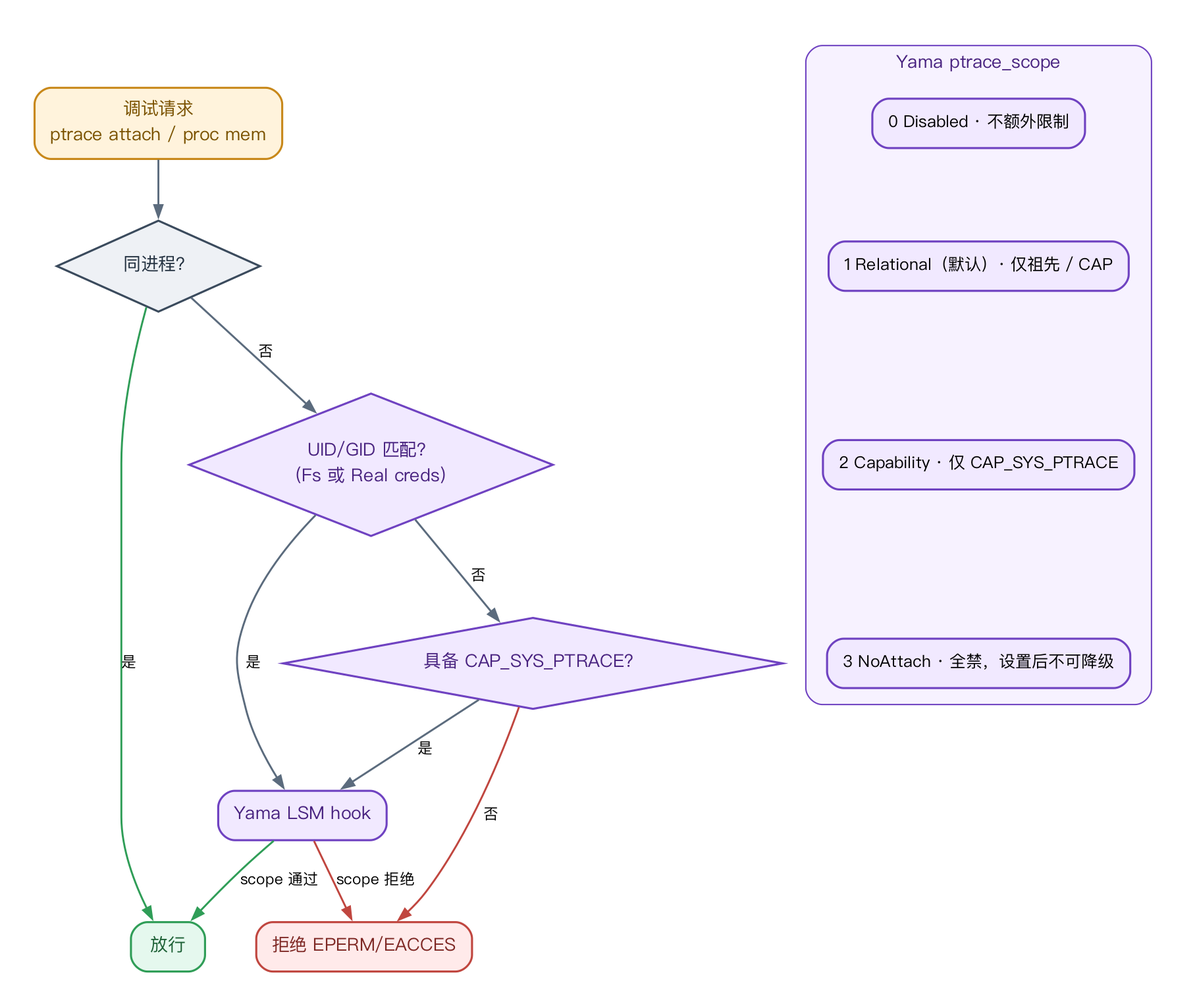
This is research_practice/assets/10_security_model.png from vvvvsv/asterinas, a Graphviz export, as it was before one commit. Its source is kept beside it as research_practice/assets/10_security_model.dot. Its diagram source:
```dot
digraph G {

  graph [fontname="PingFang SC", bgcolor="white", pad="0.35", rankdir=TB, nodesep="0.45", ranksep="0.6"];
  node  [fontname="PingFang SC", shape=box, style="rounded,filled", penwidth=1.5, margin="0.16,0.10", fontsize=13];
  edge  [fontname="PingFang SC", color="#5b6b7d", penwidth=1.4, arrowsize=0.85, fontsize=11];
  req [label="调试请求\nptrace attach / proc mem", fillcolor="#FFF3DC", color="#C8881A", fontcolor="#7a5200"];
  same [label="同进程？", fillcolor="#EEF1F5", color="#3a4a5c", fontcolor="#22303f", shape="diamond", style="filled"];
  ugid [label="UID/GID 匹配？\n(Fs 或 Real creds)", fillcolor="#F1E9FF", color="#6F42C1", fontcolor="#48227f", shape="diamond", style="filled"];
  cap [label="具备 CAP_SYS_PTRACE？", fillcolor="#F1E9FF", color="#6F42C1", fontcolor="#48227f", shape="diamond", style="filled"];
  yama [label="Yama LSM hook", fillcolor="#F1E9FF", color="#6F42C1", fontcolor="#48227f"];
  allow [label="放行", fillcolor="#E5F8EE", color="#2F9D57", fontcolor="#1c6035"];
  deny [label="拒绝 EPERM/EACCES", fillcolor="#FFEAEA", color="#C0463F", fontcolor="#7d2723"];

  req -> same;
  same -> allow [label="是", color="#2F9D57"];
  same -> ugid [label="否"];
  ugid -> cap [label="否"];
  ugid -> yama [label="是"];
  cap -> yama [label="是"];
  cap -> deny [label="否", color="#C0463F"];
  yama -> allow [label="scope 通过", color="#2F9D57"];
  yama -> deny [label="scope 拒绝", color="#C0463F"];

  subgraph cluster_scope {
    label="Yama ptrace_scope"; fontname="PingFang SC"; fontsize=13; fontcolor="#48227f";
    style="rounded,filled"; color="#6F42C1"; fillcolor="#F1E9FF99"; margin=12;
    y0 [label="0 Disabled · 不额外限制", fillcolor="#F1E9FF", color="#6F42C1", fontname="PingFang SC", fontsize=12];
    y1 [label="1 Relational（默认）· 仅祖先 / CAP", fillcolor="#F1E9FF", color="#6F42C1", fontname="PingFang SC", fontsize=12];
    y2 [label="2 Capability · 仅 CAP_SYS_PTRACE", fillcolor="#F1E9FF", color="#6F42C1", fontname="PingFang SC", fontsize=12];
    y3 [label="3 NoAttach · 全禁，设置后不可降级", fillcolor="#F1E9FF", color="#6F42C1", fontname="PingFang SC", fontsize=12];
    y0 -> y1 -> y2 -> y3 [style=invis];
  }
}
```
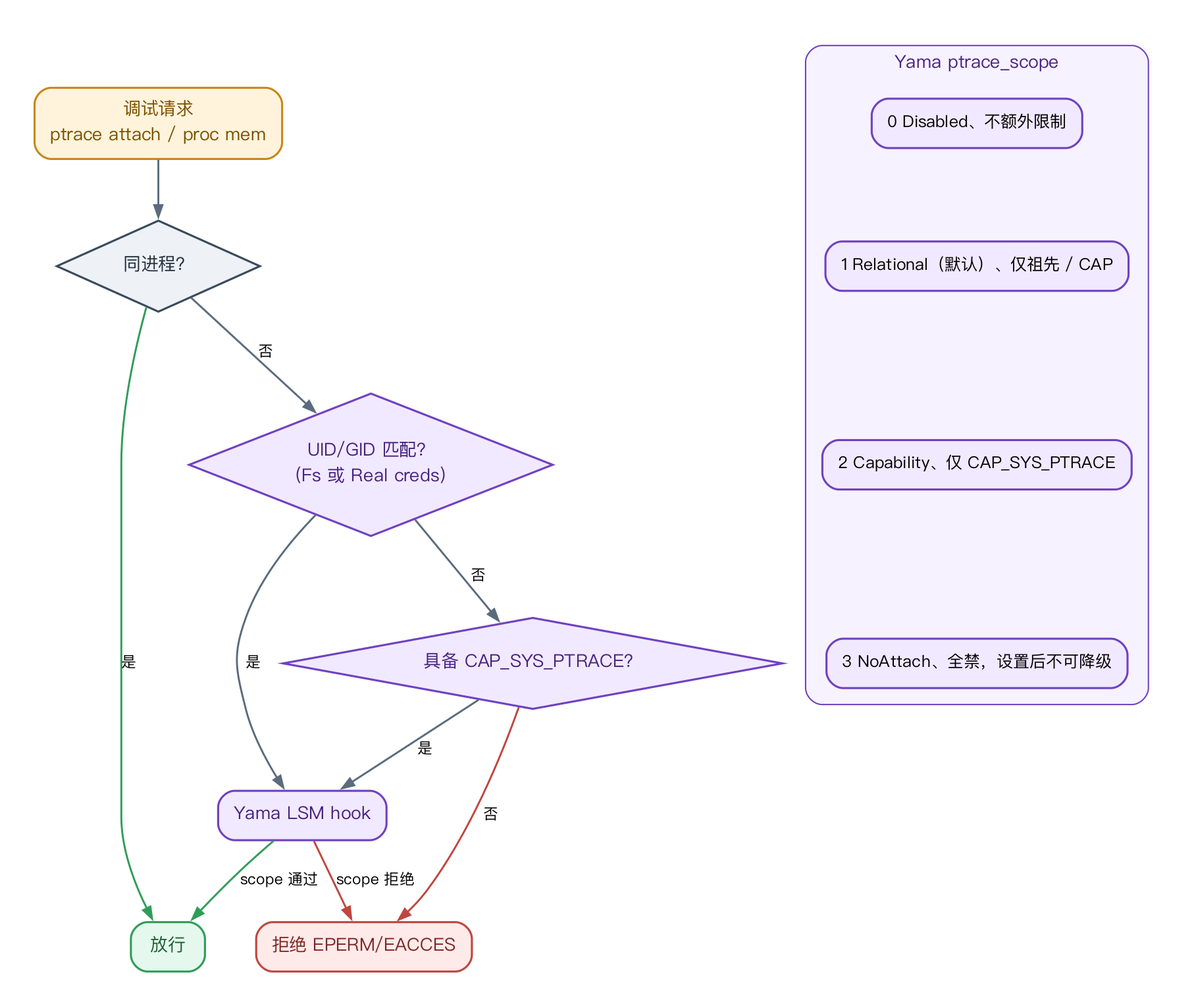
The same diagram one commit later.

What changed in the source:
```diff
@@ -24,10 +24,10 @@
   subgraph cluster_scope {
     label="Yama ptrace_scope"; fontname="PingFang SC"; fontsize=13; fontcolor="#48227f";
     style="rounded,filled"; color="#6F42C1"; fillcolor="#F1E9FF99"; margin=12;
-    y0 [label="0 Disabled · 不额外限制", fillcolor="#F1E9FF", color="#6F42C1", fontname="PingFang SC", fontsize=12];
-    y1 [label="1 Relational（默认）· 仅祖先 / CAP", fillcolor="#F1E9FF", color="#6F42C1", fontname="PingFang SC", fontsize=12];
-    y2 [label="2 Capability · 仅 CAP_SYS_PTRACE", fillcolor="#F1E9FF", color="#6F42C1", fontname="PingFang SC", fontsize=12];
-    y3 [label="3 NoAttach · 全禁，设置后不可降级", fillcolor="#F1E9FF", color="#6F42C1", fontname="PingFang SC", fontsize=12];
+    y0 [label="0 Disabled、不额外限制", fillcolor="#F1E9FF", color="#6F42C1", fontname="PingFang SC", fontsize=12];
+    y1 [label="1 Relational（默认）、仅祖先 / CAP", fillcolor="#F1E9FF", color="#6F42C1", fontname="PingFang SC", fontsize=12];
+    y2 [label="2 Capability、仅 CAP_SYS_PTRACE", fillcolor="#F1E9FF", color="#6F42C1", fontname="PingFang SC", fontsize=12];
+    y3 [label="3 NoAttach、全禁，设置后不可降级", fillcolor="#F1E9FF", color="#6F42C1", fontname="PingFang SC", fontsize=12];
     y0 -> y1 -> y2 -> y3 [style=invis];
   }
 }
```
